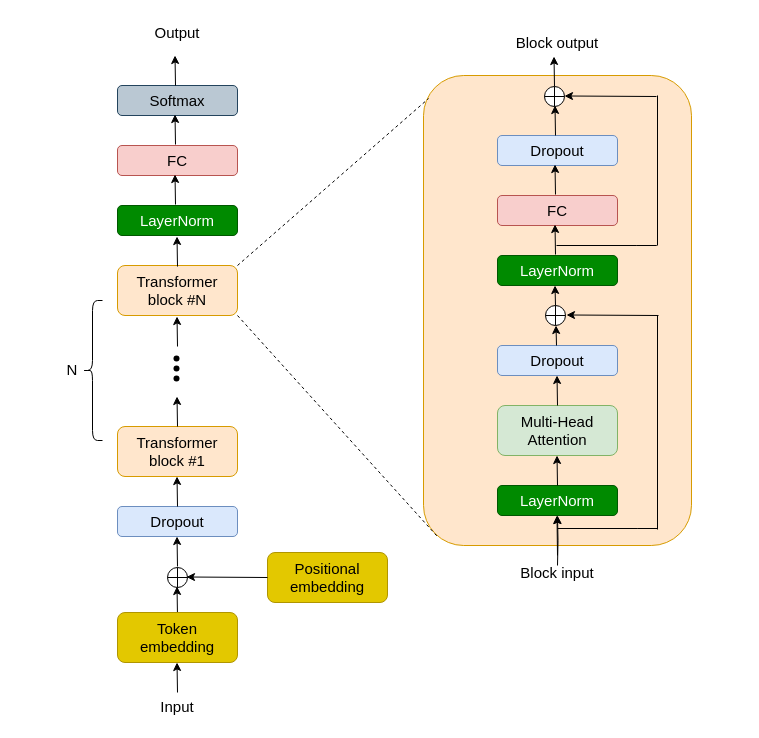
Above: page "Page-1" (1 of 2) of GPT2.drawio in windmaple/LLM_from_scratch.JAX (draw.io), before the change. Source tidied: cells renumbered, new cells numbered last; positions are measured from the earlier drawing's top-left corner, leaving out a move shared by most shapes. Both pictures are drawn from the tidied source at 100%, with x=0, y=0 at pixel (17, 17).
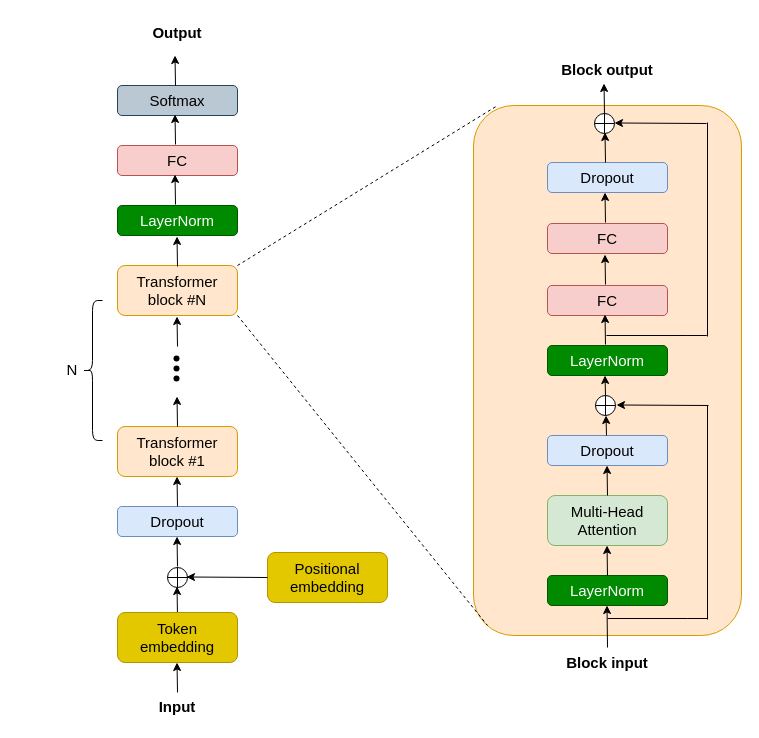
The same diagram, later.

What changed in the source:
```diff
@@
-<mxGraphModel background="#ffffff">
+<mxGraphModel>
@@
     <mxCell id="2" style="rounded=1;whiteSpace=wrap;html=1;fillColor=#ffe6cc;strokeColor=#d79b00;" parent="1" vertex="1">
-      <mxGeometry x="406" y="58" width="268" height="470" as="geometry" />
+      <mxGeometry x="456" y="88" width="268" height="530" as="geometry" />
     </mxCell>
     <mxCell id="3" value="&lt;font style=&quot;font-size: 15px;&quot;&gt;Dropout&lt;/font&gt;" style="rounded=1;whiteSpace=wrap;html=1;fillColor=#dae8fc;strokeColor=#6c8ebf;" parent="1" vertex="1">
-      <mxGeometry x="480" y="118" width="120" height="30" as="geometry" />
+      <mxGeometry x="530" y="145" width="120" height="30" as="geometry" />
     </mxCell>
     <mxCell id="4" value="&lt;font style=&quot;font-size: 15px;&quot;&gt;FC&lt;/font&gt;" style="rounded=1;whiteSpace=wrap;html=1;fillColor=#f8cecc;strokeColor=#b85450;" parent="1" vertex="1">
-      <mxGeometry x="480" y="178" width="120" height="30" as="geometry" />
+      <mxGeometry x="530" y="268" width="120" height="30" as="geometry" />
     </mxCell>
     <mxCell id="5" value="&lt;font style=&quot;font-size: 15px;&quot;&gt;LayerNorm&lt;/font&gt;" style="rounded=1;whiteSpace=wrap;html=1;fillColor=#008a00;fontColor=#ffffff;strokeColor=#005700;" parent="1" vertex="1">
-      <mxGeometry x="480" y="238" width="120" height="30" as="geometry" />
+      <mxGeometry x="530" y="328" width="120" height="30" as="geometry" />
     </mxCell>
     <mxCell id="6" value="&lt;font style=&quot;font-size: 15px;&quot;&gt;Dropout&lt;/font&gt;" style="rounded=1;whiteSpace=wrap;html=1;fillColor=#dae8fc;strokeColor=#6c8ebf;" parent="1" vertex="1">
-      <mxGeometry x="480" y="328" width="120" height="30" as="geometry" />
+      <mxGeometry x="530" y="418" width="120" height="30" as="geometry" />
     </mxCell>
     <mxCell id="7" value="&lt;font style=&quot;font-size: 15px;&quot;&gt;Multi-Head&lt;/font&gt;&lt;div&gt;&lt;font style=&quot;font-size: 15px;&quot;&gt;Attention&lt;/font&gt;&lt;/div&gt;" style="rounded=1;whiteSpace=wrap;html=1;fillColor=#d5e8d4;strokeColor=#82b366;" parent="1" vertex="1">
-      <mxGeometry x="480" y="388" width="120" height="50" as="geometry" />
+      <mxGeometry x="530" y="478" width="120" height="50" as="geometry" />
     </mxCell>
     <mxCell id="8" value="&lt;font style=&quot;font-size: 15px;&quot;&gt;LayerNorm&lt;/font&gt;" style="rounded=1;whiteSpace=wrap;html=1;fillColor=#008a00;fontColor=#ffffff;strokeColor=#005700;" parent="1" vertex="1">
-      <mxGeometry x="480" y="468" width="120" height="30" as="geometry" />
+      <mxGeometry x="530" y="558" width="120" height="30" as="geometry" />
     </mxCell>
     <mxCell id="9" style="endArrow=classic;html=1;rounded=0;" parent="1" edge="1">
       <mxGeometry relative="1" as="geometry">
-        <mxPoint x="540" y="468" as="sourcePoint" />
-        <mxPoint x="539.5" y="438" as="targetPoint" />
+        <mxPoint x="590" y="558" as="sourcePoint" />
+        <mxPoint x="589.5" y="528" as="targetPoint" />
       </mxGeometry>
     </mxCell>
     <mxCell id="10" style="endArrow=classic;html=1;rounded=0;" parent="1" edge="1">
       <mxGeometry relative="1" as="geometry">
-        <mxPoint x="540" y="388" as="sourcePoint" />
-        <mxPoint x="539.5" y="358" as="targetPoint" />
+        <mxPoint x="590" y="478" as="sourcePoint" />
+        <mxPoint x="589.5" y="448" as="targetPoint" />
       </mxGeometry>
     </mxCell>
     <mxCell id="11" style="endArrow=classic;html=1;rounded=0;" parent="1" edge="1">
       <mxGeometry relative="1" as="geometry">
-        <mxPoint x="539" y="328" as="sourcePoint" />
-        <mxPoint x="538.5" y="308" as="targetPoint" />
+        <mxPoint x="589" y="418" as="sourcePoint" />
+        <mxPoint x="588.5" y="398" as="targetPoint" />
       </mxGeometry>
     </mxCell>
     <mxCell id="12" style="endArrow=classic;html=1;rounded=0;" parent="1" edge="1">
       <mxGeometry relative="1" as="geometry">
-        <mxPoint x="538" y="288" as="sourcePoint" />
-        <mxPoint x="537.5" y="268" as="targetPoint" />
+        <mxPoint x="588" y="378" as="sourcePoint" />
+        <mxPoint x="587.5" y="358" as="targetPoint" />
       </mxGeometry>
     </mxCell>
     <mxCell id="13" style="endArrow=classic;html=1;rounded=0;" parent="1" edge="1">
       <mxGeometry relative="1" as="geometry">
-        <mxPoint x="538" y="237" as="sourcePoint" />
-        <mxPoint x="537.5" y="207" as="targetPoint" />
+        <mxPoint x="588" y="327" as="sourcePoint" />
+        <mxPoint x="587.5" y="297" as="targetPoint" />
       </mxGeometry>
     </mxCell>
     <mxCell id="14" style="endArrow=classic;html=1;rounded=0;" parent="1" edge="1">
       <mxGeometry relative="1" as="geometry">
-        <mxPoint x="538" y="177" as="sourcePoint" />
-        <mxPoint x="537.5" y="147" as="targetPoint" />
+        <mxPoint x="588" y="267" as="sourcePoint" />
+        <mxPoint x="587.5" y="237" as="targetPoint" />
       </mxGeometry>
     </mxCell>
-    <mxCell id="15" style="endArrow=classic;html=1;rounded=0;" parent="1" edge="1">
+    <mxCell id="15" style="endArrow=classic;html=1;rounded=0;exitX=0.5;exitY=0;exitDx=0;exitDy=0;" parent="1" edge="1" source="52">
       <mxGeometry relative="1" as="geometry">
-        <mxPoint x="540" y="538" as="sourcePoint" />
-        <mxPoint x="539.5" y="498" as="targetPoint" />
+        <mxPoint x="589.5" y="588" as="targetPoint" />
       </mxGeometry>
     </mxCell>
     <mxCell id="16" style="endArrow=classic;html=1;rounded=0;" parent="1" edge="1">
       <mxGeometry relative="1" as="geometry">
-        <mxPoint x="537" y="69" as="sourcePoint" />
-        <mxPoint x="536.5" y="39" as="targetPoint" />
+        <mxPoint x="587" y="96" as="sourcePoint" />
+        <mxPoint x="586.5" y="66" as="targetPoint" />
       </mxGeometry>
     </mxCell>
     <mxCell id="17" style="verticalLabelPosition=bottom;verticalAlign=top;html=1;shape=mxgraph.flowchart.summing_function;" parent="1" vertex="1">
-      <mxGeometry x="528" y="288" width="20" height="20" as="geometry" />
+      <mxGeometry x="578" y="378" width="20" height="20" as="geometry" />
     </mxCell>
     <mxCell id="18" style="endArrow=classic;html=1;rounded=0;" parent="1" edge="1">
       <mxGeometry relative="1" as="geometry">
-        <mxPoint x="641" y="298" as="sourcePoint" />
-        <mxPoint x="549" y="297.5" as="targetPoint" />
+        <mxPoint x="691" y="388" as="sourcePoint" />
+        <mxPoint x="599" y="387.5" as="targetPoint" />
       </mxGeometry>
     </mxCell>
     <mxCell id="19" style="endArrow=none;html=1;rounded=0;" parent="1" edge="1">
       <mxGeometry relative="1" as="geometry">
-        <mxPoint x="640" y="512" as="sourcePoint" />
-        <mxPoint x="640" y="298" as="targetPoint" />
+        <mxPoint x="690" y="602" as="sourcePoint" />
+        <mxPoint x="690" y="388" as="targetPoint" />
       </mxGeometry>
     </mxCell>
     <mxCell id="20" style="endArrow=none;html=1;rounded=0;" parent="1" edge="1">
       <mxGeometry relative="1" as="geometry">
-        <mxPoint x="540" y="511" as="sourcePoint" />
-        <mxPoint x="620" y="511" as="targetPoint" />
+        <mxPoint x="590" y="601" as="sourcePoint" />
+        <mxPoint x="670" y="601" as="targetPoint" />
         <Array as="points">
-          <mxPoint x="620" y="511" />
-          <mxPoint x="640" y="511" />
+          <mxPoint x="670" y="601" />
+          <mxPoint x="690" y="601" />
         </Array>
       </mxGeometry>
     </mxCell>
     <mxCell id="21" style="verticalLabelPosition=bottom;verticalAlign=top;html=1;shape=mxgraph.flowchart.summing_function;" parent="1" vertex="1">
-      <mxGeometry x="527" y="69" width="20" height="20" as="geometry" />
+      <mxGeometry x="577" y="96" width="20" height="20" as="geometry" />
     </mxCell>
     <mxCell id="22" style="endArrow=classic;html=1;rounded=0;" parent="1" edge="1">
       <mxGeometry relative="1" as="geometry">
-        <mxPoint x="639" y="79" as="sourcePoint" />
-        <mxPoint x="547" y="78.5" as="targetPoint" />
+        <mxPoint x="689" y="106" as="sourcePoint" />
+        <mxPoint x="597" y="105.5" as="targetPoint" />
       </mxGeometry>
     </mxCell>
     <mxCell id="23" style="endArrow=classic;html=1;rounded=0;" parent="1" edge="1">
       <mxGeometry relative="1" as="geometry">
-        <mxPoint x="538" y="118" as="sourcePoint" />
-        <mxPoint x="537.5" y="88" as="targetPoint" />
+        <mxPoint x="588" y="145" as="sourcePoint" />
+        <mxPoint x="587.5" y="115" as="targetPoint" />
       </mxGeometry>
     </mxCell>
     <mxCell id="24" style="endArrow=none;html=1;rounded=0;" parent="1" edge="1">
       <mxGeometry relative="1" as="geometry">
-        <mxPoint x="539" y="228" as="sourcePoint" />
-        <mxPoint x="619" y="228" as="targetPoint" />
+        <mxPoint x="589" y="318" as="sourcePoint" />
+        <mxPoint x="669" y="318" as="targetPoint" />
         <Array as="points">
-          <mxPoint x="619" y="228" />
-          <mxPoint x="639" y="228" />
+          <mxPoint x="669" y="318" />
+          <mxPoint x="689" y="318" />
         </Array>
       </mxGeometry>
     </mxCell>
-    <mxCell id="25" style="endArrow=none;html=1;rounded=0;" parent="1" edge="1">
-      <mxGeometry relative="1" as="geometry">
-        <mxPoint x="640" y="228" as="sourcePoint" />
-        <mxPoint x="640" y="78" as="targetPoint" />
-      </mxGeometry>
-    </mxCell>
@@
-    <mxCell id="49" style="endArrow=none;dashed=1;html=1;rounded=0;entryX=0.019;entryY=0.049;entryDx=0;entryDy=0;entryPerimeter=0;" parent="1" edge="1" target="2">
+    <mxCell id="49" style="endArrow=none;dashed=1;html=1;rounded=0;entryX=0.09;entryY=0;entryDx=0;entryDy=0;entryPerimeter=0;" parent="1" edge="1" target="2">
       <mxGeometry relative="1" as="geometry">
         <mxPoint x="220" y="248" as="sourcePoint" />
       </mxGeometry>
     </mxCell>
@@
-    <mxCell id="51" style="edgeStyle=orthogonalEdgeStyle;rounded=0;jettySize=auto;html=1;" parent="1" edge="1" target="8">
-      <mxGeometry relative="1" as="geometry">
-        <mxPoint x="540" y="548" as="sourcePoint" />
-      </mxGeometry>
-    </mxCell>
-    <mxCell id="52" value="Block input" style="text;strokeColor=none;align=center;fillColor=none;html=1;verticalAlign=middle;whiteSpace=wrap;rounded=0;fontSize=15;" parent="1" vertex="1">
-      <mxGeometry x="485" y="540" width="110" height="30" as="geometry" />
+    <mxCell id="52" value="&lt;b&gt;Block input&lt;/b&gt;" style="text;strokeColor=none;align=center;fillColor=none;html=1;verticalAlign=middle;whiteSpace=wrap;rounded=0;fontSize=15;" parent="1" vertex="1">
+      <mxGeometry x="535" y="630" width="110" height="30" as="geometry" />
     </mxCell>
-    <mxCell id="53" value="Block output" style="text;strokeColor=none;align=center;fillColor=none;html=1;verticalAlign=middle;whiteSpace=wrap;rounded=0;fontSize=15;" parent="1" vertex="1">
-      <mxGeometry x="485" y="10" width="110" height="30" as="geometry" />
+    <mxCell id="53" value="&lt;b&gt;Block output&lt;/b&gt;" style="text;strokeColor=none;align=center;fillColor=none;html=1;verticalAlign=middle;whiteSpace=wrap;rounded=0;fontSize=15;" parent="1" vertex="1">
+      <mxGeometry x="535" y="37" width="110" height="30" as="geometry" />
     </mxCell>
@@
-    <mxCell id="55" value="Input" style="text;strokeColor=none;align=center;fillColor=none;html=1;verticalAlign=middle;whiteSpace=wrap;rounded=0;fontSize=15;" parent="1" vertex="1">
+    <mxCell id="55" value="&lt;b&gt;Input&lt;/b&gt;" style="text;strokeColor=none;align=center;fillColor=none;html=1;verticalAlign=middle;whiteSpace=wrap;rounded=0;fontSize=15;" parent="1" vertex="1">
       <mxGeometry x="105" y="674" width="110" height="30" as="geometry" />
     </mxCell>
-    <mxCell id="56" value="Output" style="text;strokeColor=none;align=center;fillColor=none;html=1;verticalAlign=middle;whiteSpace=wrap;rounded=0;fontSize=15;" parent="1" vertex="1">
+    <mxCell id="56" value="&lt;b&gt;Output&lt;/b&gt;" style="text;strokeColor=none;align=center;fillColor=none;html=1;verticalAlign=middle;whiteSpace=wrap;rounded=0;fontSize=15;" parent="1" vertex="1">
       <mxGeometry x="105" width="110" height="30" as="geometry" />
     </mxCell>
@@
+    <mxCell id="58" value="&lt;font style=&quot;font-size: 15px;&quot;&gt;FC&lt;/font&gt;" style="rounded=1;whiteSpace=wrap;html=1;fillColor=#f8cecc;strokeColor=#b85450;" parent="1" vertex="1">
+      <mxGeometry x="530" y="206" width="120" height="30" as="geometry" />
+    </mxCell>
+    <mxCell id="59" style="endArrow=classic;html=1;rounded=0;" parent="1" edge="1">
+      <mxGeometry relative="1" as="geometry">
+        <mxPoint x="588" y="205" as="sourcePoint" />
+        <mxPoint x="587.5" y="175" as="targetPoint" />
+      </mxGeometry>
+    </mxCell>
+    <mxCell id="60" style="endArrow=none;html=1;rounded=0;" parent="1" edge="1">
+      <mxGeometry relative="1" as="geometry">
+        <mxPoint x="690" y="319" as="sourcePoint" />
+        <mxPoint x="690" y="105" as="targetPoint" />
+      </mxGeometry>
+    </mxCell>
```
